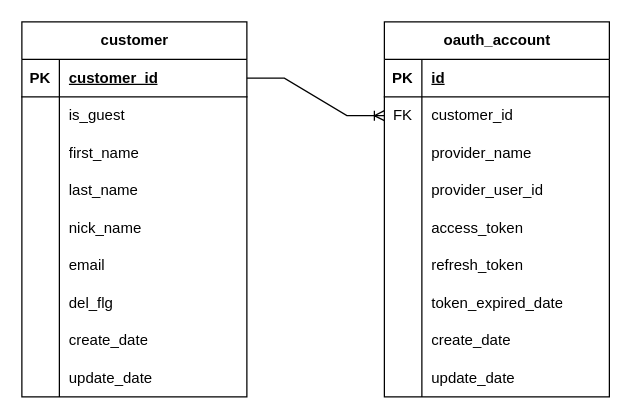
The draw.io diagram page "一般利用者認証系" (1 of 4) of docs/ER-Diagram.drawio in MafsafumiFullno/warikan_app, before the edit. Source tidied: cells renumbered, new cells numbered last; positions are measured from the earlier drawing's top-left corner, leaving out a move shared by most shapes. Both pictures are drawn from the tidied source at 125%, with x=0, y=0 at pixel (21, 21).
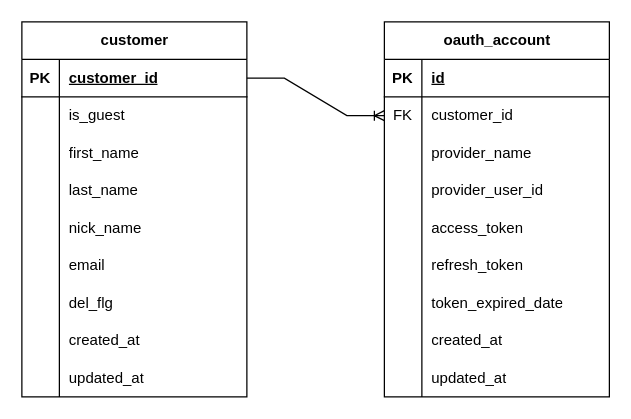
Above is the later version.

The change refers to these unchanged cells:
```xml
<mxCell id="24" style="shape=tableRow;horizontal=0;startSize=0;swimlaneHead=0;swimlaneBody=0;fillColor=none;top=0;left=0;right=0;bottom=0;" parent="2" vertex="1">
  <mxGeometry y="240" width="180" height="30" as="geometry" />
</mxCell>
<mxCell id="27" style="shape=tableRow;horizontal=0;startSize=0;swimlaneHead=0;swimlaneBody=0;fillColor=none;top=0;left=0;right=0;bottom=0;" parent="2" vertex="1">
  <mxGeometry y="270" width="180" height="30" as="geometry" />
</mxCell>
<mxCell id="52" style="shape=tableRow;horizontal=0;startSize=0;swimlaneHead=0;swimlaneBody=0;fillColor=none;top=0;left=0;right=0;bottom=0;" parent="30" vertex="1">
  <mxGeometry y="240" width="180" height="30" as="geometry" />
</mxCell>
<mxCell id="55" style="shape=tableRow;horizontal=0;startSize=0;swimlaneHead=0;swimlaneBody=0;fillColor=none;top=0;left=0;right=0;bottom=0;" parent="30" vertex="1">
  <mxGeometry y="270" width="180" height="30" as="geometry" />
</mxCell>
```

The edit, as a diff of the source:
```diff
@@
-    <mxCell id="26" value="create_date" style="shape=partialRectangle;fillColor=none;top=0;left=0;bottom=0;right=0;align=left;spacingLeft=6;overflow=hidden;whiteSpace=wrap;html=1;" parent="24" vertex="1">
+    <mxCell id="26" value="created_at" style="shape=partialRectangle;fillColor=none;top=0;left=0;bottom=0;right=0;align=left;spacingLeft=6;overflow=hidden;whiteSpace=wrap;html=1;" parent="24" vertex="1">
       <mxGeometry x="30" width="150" height="30" as="geometry" />
     </mxCell>
@@
-    <mxCell id="29" value="update_date" style="shape=partialRectangle;fillColor=none;top=0;left=0;bottom=0;right=0;align=left;spacingLeft=6;overflow=hidden;whiteSpace=wrap;html=1;" parent="27" vertex="1">
+    <mxCell id="29" value="updated_at" style="shape=partialRectangle;fillColor=none;top=0;left=0;bottom=0;right=0;align=left;spacingLeft=6;overflow=hidden;whiteSpace=wrap;html=1;" parent="27" vertex="1">
       <mxGeometry x="30" width="150" height="30" as="geometry" />
     </mxCell>
@@
-    <mxCell id="54" value="create_date" style="shape=partialRectangle;fillColor=none;top=0;left=0;bottom=0;right=0;align=left;spacingLeft=6;overflow=hidden;whiteSpace=wrap;html=1;" parent="52" vertex="1">
+    <mxCell id="54" value="created_at" style="shape=partialRectangle;fillColor=none;top=0;left=0;bottom=0;right=0;align=left;spacingLeft=6;overflow=hidden;whiteSpace=wrap;html=1;" parent="52" vertex="1">
       <mxGeometry x="30" width="150" height="30" as="geometry" />
     </mxCell>
@@
-    <mxCell id="57" value="update_date" style="shape=partialRectangle;fillColor=none;top=0;left=0;bottom=0;right=0;align=left;spacingLeft=6;overflow=hidden;whiteSpace=wrap;html=1;" parent="55" vertex="1">
+    <mxCell id="57" value="updated_at" style="shape=partialRectangle;fillColor=none;top=0;left=0;bottom=0;right=0;align=left;spacingLeft=6;overflow=hidden;whiteSpace=wrap;html=1;" parent="55" vertex="1">
       <mxGeometry x="30" width="150" height="30" as="geometry" />
     </mxCell>
```
